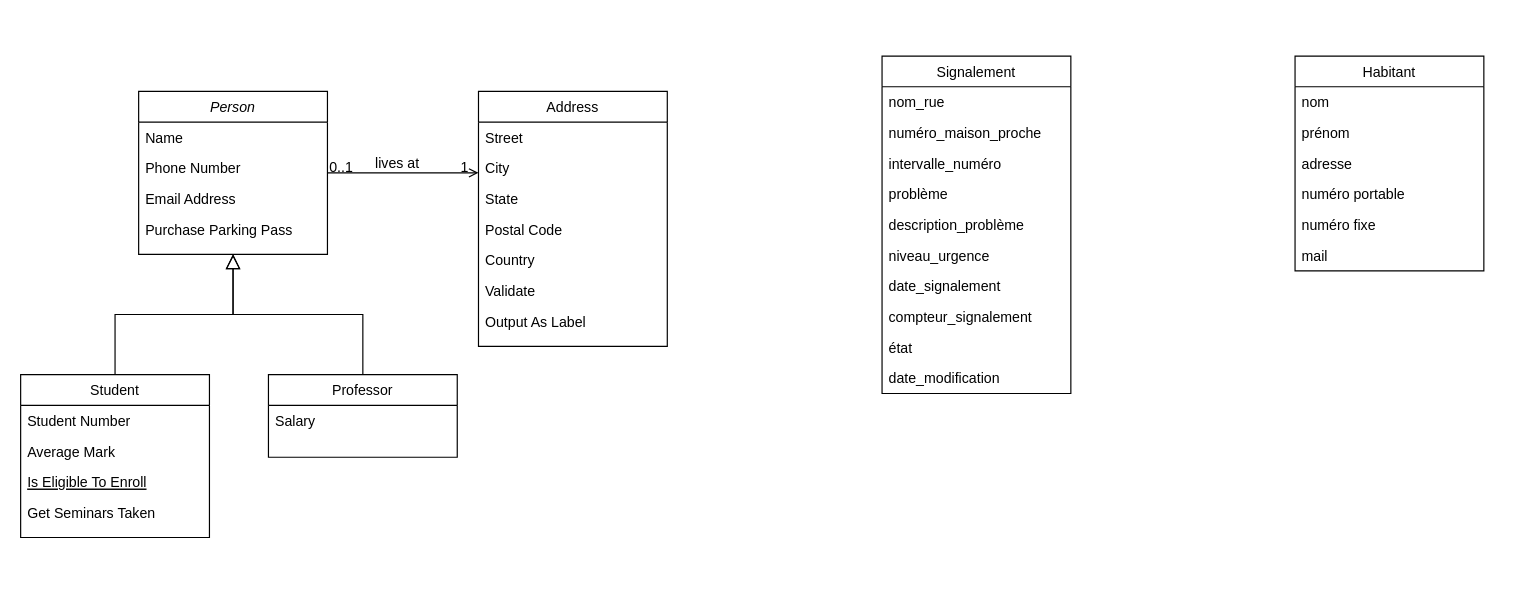
The draw.io diagram projet_v1.drawio in Igniiis/CSI_Projet, before the edit. Source tidied: cells renumbered, new cells numbered last; positions are measured from the earlier drawing's top-left corner, leaving out a move shared by most shapes. Both pictures are drawn from the tidied source at 118%, with x=0, y=0 at pixel (20, 55).
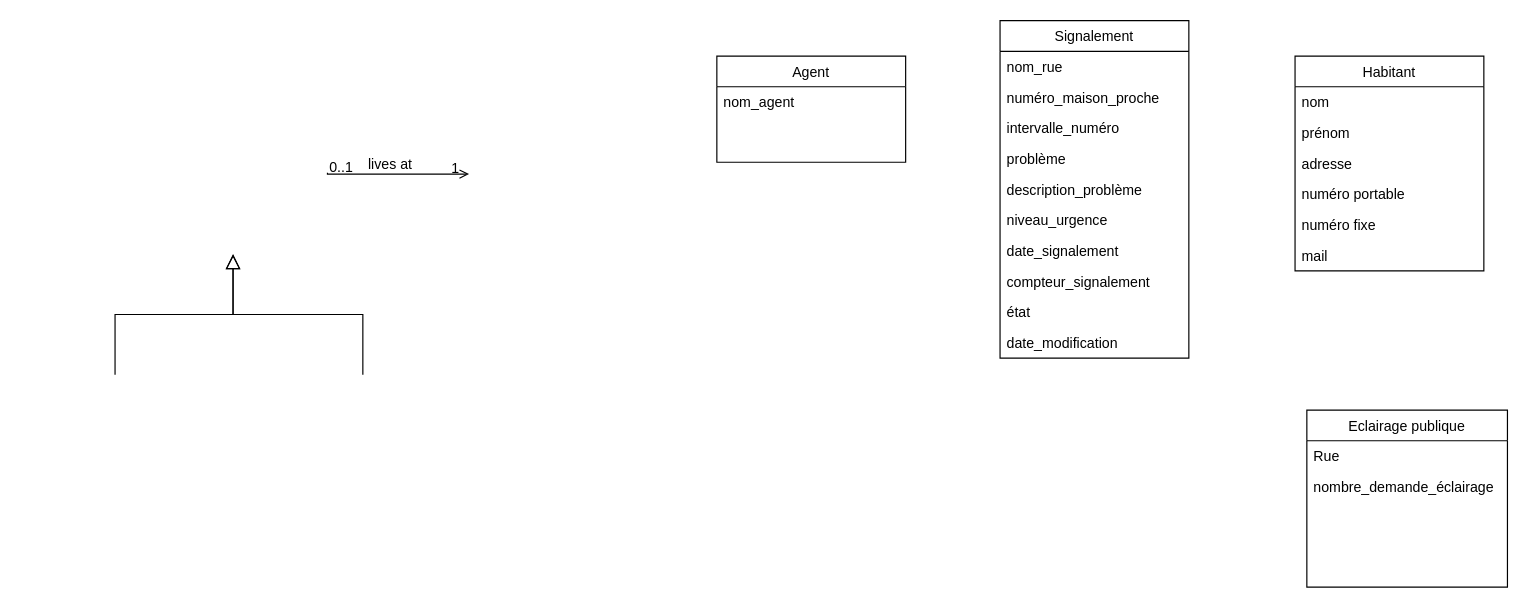
After the change.

Commit message (it also covers changes not shown here):
Mettre à jour projet_v1.drawio

Diff of the diagram source:
```diff
@@
-    <mxCell id="2" value="Person" style="swimlane;fontStyle=2;align=center;verticalAlign=top;horizontal=1;startSize=26;rounded=0;shadow=0;strokeWidth=1;" parent="1" vertex="1">
-      <mxGeometry x="100" y="30" width="160" height="138" as="geometry" />
-    </mxCell>
-    <mxCell id="3" value="Name" style="text;align=left;verticalAlign=top;spacingLeft=4;spacingRight=4;overflow=hidden;" parent="2" vertex="1">
-      <mxGeometry y="26" width="160" height="26" as="geometry" />
-    </mxCell>
-    <mxCell id="4" value="Phone Number" style="text;align=left;verticalAlign=top;spacingLeft=4;spacingRight=4;overflow=hidden;rounded=0;shadow=0;html=0;" parent="2" vertex="1">
-      <mxGeometry y="52" width="160" height="26" as="geometry" />
-    </mxCell>
-    <mxCell id="5" value="Email Address" style="text;align=left;verticalAlign=top;spacingLeft=4;spacingRight=4;overflow=hidden;rounded=0;shadow=0;html=0;" parent="2" vertex="1">
-      <mxGeometry y="78" width="160" height="26" as="geometry" />
-    </mxCell>
-    <mxCell id="6" value="Purchase Parking Pass" style="text;align=left;verticalAlign=top;spacingLeft=4;spacingRight=4;overflow=hidden;" parent="2" vertex="1">
-      <mxGeometry y="104" width="160" height="26" as="geometry" />
-    </mxCell>
-    <mxCell id="7" value="Student" style="swimlane;fontStyle=0;align=center;verticalAlign=top;horizontal=1;startSize=26;rounded=0;shadow=0;strokeWidth=1;" parent="1" vertex="1">
-      <mxGeometry y="270" width="160" height="138" as="geometry" />
-    </mxCell>
-    <mxCell id="8" value="Student Number" style="text;align=left;verticalAlign=top;spacingLeft=4;spacingRight=4;overflow=hidden;" parent="7" vertex="1">
-      <mxGeometry y="26" width="160" height="26" as="geometry" />
-    </mxCell>
-    <mxCell id="9" value="Average Mark" style="text;align=left;verticalAlign=top;spacingLeft=4;spacingRight=4;overflow=hidden;rounded=0;shadow=0;html=0;" parent="7" vertex="1">
-      <mxGeometry y="52" width="160" height="26" as="geometry" />
-    </mxCell>
-    <mxCell id="10" value="Is Eligible To Enroll" style="text;align=left;verticalAlign=top;spacingLeft=4;spacingRight=4;overflow=hidden;fontStyle=4;" parent="7" vertex="1">
-      <mxGeometry y="78" width="160" height="26" as="geometry" />
-    </mxCell>
-    <mxCell id="11" value="Get Seminars Taken" style="text;align=left;verticalAlign=top;spacingLeft=4;spacingRight=4;overflow=hidden;" parent="7" vertex="1">
-      <mxGeometry y="104" width="160" height="26" as="geometry" />
-    </mxCell>
-    <mxCell id="12" style="endArrow=block;endSize=10;endFill=0;shadow=0;strokeWidth=1;rounded=0;edgeStyle=elbowEdgeStyle;elbow=vertical;" parent="1" edge="1" source="7" target="2">
-      <mxGeometry relative="1" as="geometry" />
+    <mxCell id="12" style="endArrow=block;endSize=10;endFill=0;shadow=0;strokeWidth=1;rounded=0;edgeStyle=elbowEdgeStyle;elbow=vertical;" parent="1" edge="1">
+      <mxGeometry relative="1" as="geometry">
+        <mxPoint x="80" y="270" as="sourcePoint" />
+        <mxPoint x="180" y="168" as="targetPoint" />
+      </mxGeometry>
     </mxCell>
-    <mxCell id="13" value="Professor" style="swimlane;fontStyle=0;align=center;verticalAlign=top;horizontal=1;startSize=26;rounded=0;shadow=0;strokeWidth=1;" parent="1" vertex="1">
-      <mxGeometry x="210" y="270" width="160" height="70" as="geometry" />
-    </mxCell>
-    <mxCell id="14" value="Salary" style="text;align=left;verticalAlign=top;spacingLeft=4;spacingRight=4;overflow=hidden;" parent="13" vertex="1">
-      <mxGeometry y="26" width="160" height="26" as="geometry" />
-    </mxCell>
-    <mxCell id="15" style="endArrow=block;endSize=10;endFill=0;shadow=0;strokeWidth=1;rounded=0;edgeStyle=elbowEdgeStyle;elbow=vertical;" parent="1" edge="1" source="13" target="2">
-      <mxGeometry relative="1" as="geometry" />
+    <mxCell id="15" style="endArrow=block;endSize=10;endFill=0;shadow=0;strokeWidth=1;rounded=0;edgeStyle=elbowEdgeStyle;elbow=vertical;" parent="1" edge="1">
+      <mxGeometry relative="1" as="geometry">
+        <mxPoint x="290" y="270" as="sourcePoint" />
+        <mxPoint x="180" y="168" as="targetPoint" />
+      </mxGeometry>
     </mxCell>
-    <mxCell id="16" value="Address" style="swimlane;fontStyle=0;align=center;verticalAlign=top;horizontal=1;startSize=26;rounded=0;shadow=0;strokeWidth=1;" parent="1" vertex="1">
-      <mxGeometry x="388" y="30" width="160" height="216" as="geometry" />
-    </mxCell>
-    <mxCell id="17" value="Street" style="text;align=left;verticalAlign=top;spacingLeft=4;spacingRight=4;overflow=hidden;" parent="16" vertex="1">
-      <mxGeometry y="26" width="160" height="26" as="geometry" />
-    </mxCell>
-    <mxCell id="18" value="City" style="text;align=left;verticalAlign=top;spacingLeft=4;spacingRight=4;overflow=hidden;rounded=0;shadow=0;html=0;" parent="16" vertex="1">
-      <mxGeometry y="52" width="160" height="26" as="geometry" />
-    </mxCell>
-    <mxCell id="19" value="State" style="text;align=left;verticalAlign=top;spacingLeft=4;spacingRight=4;overflow=hidden;rounded=0;shadow=0;html=0;" parent="16" vertex="1">
-      <mxGeometry y="78" width="160" height="26" as="geometry" />
-    </mxCell>
-    <mxCell id="20" value="Postal Code" style="text;align=left;verticalAlign=top;spacingLeft=4;spacingRight=4;overflow=hidden;rounded=0;shadow=0;html=0;" parent="16" vertex="1">
-      <mxGeometry y="104" width="160" height="26" as="geometry" />
-    </mxCell>
-    <mxCell id="21" value="Country" style="text;align=left;verticalAlign=top;spacingLeft=4;spacingRight=4;overflow=hidden;rounded=0;shadow=0;html=0;" parent="16" vertex="1">
-      <mxGeometry y="130" width="160" height="26" as="geometry" />
-    </mxCell>
-    <mxCell id="22" value="Validate" style="text;align=left;verticalAlign=top;spacingLeft=4;spacingRight=4;overflow=hidden;" parent="16" vertex="1">
-      <mxGeometry y="156" width="160" height="26" as="geometry" />
-    </mxCell>
-    <mxCell id="23" value="Output As Label" style="text;align=left;verticalAlign=top;spacingLeft=4;spacingRight=4;overflow=hidden;" parent="16" vertex="1">
-      <mxGeometry y="182" width="160" height="26" as="geometry" />
-    </mxCell>
-    <mxCell id="24" style="endArrow=open;shadow=0;strokeWidth=1;rounded=0;endFill=1;edgeStyle=elbowEdgeStyle;elbow=vertical;" parent="1" edge="1" source="2" target="16">
+    <mxCell id="24" style="endArrow=open;shadow=0;strokeWidth=1;rounded=0;endFill=1;edgeStyle=elbowEdgeStyle;elbow=vertical;" parent="1" edge="1">
       <mxGeometry x="0.5" y="41" relative="1" as="geometry">
+        <mxPoint x="260" y="99" as="sourcePoint" />
+        <mxPoint x="380" y="100" as="targetPoint" />
         <mxPoint x="-40" y="32" as="offset" />
       </mxGeometry>
     </mxCell>
@@
     <mxCell id="28" value="Signalement" style="swimlane;fontStyle=0;align=center;verticalAlign=top;horizontal=1;startSize=26;rounded=0;shadow=0;strokeWidth=1;" parent="1" vertex="1">
-      <mxGeometry x="730" width="160" height="286" as="geometry" />
+      <mxGeometry x="830" y="-30" width="160" height="286" as="geometry" />
     </mxCell>
@@
+    <mxCell id="46" value="Agent" style="swimlane;fontStyle=0;align=center;verticalAlign=top;horizontal=1;startSize=26;rounded=0;shadow=0;strokeWidth=1;" parent="1" vertex="1">
+      <mxGeometry x="590" width="160" height="90" as="geometry" />
+    </mxCell>
+    <mxCell id="47" value="nom_agent" style="text;align=left;verticalAlign=top;spacingLeft=4;spacingRight=4;overflow=hidden;" parent="46" vertex="1">
+      <mxGeometry y="26" width="160" height="26" as="geometry" />
+    </mxCell>
+    <mxCell id="48" value="Eclairage publique" style="swimlane;fontStyle=0;align=center;verticalAlign=top;horizontal=1;startSize=26;rounded=0;shadow=0;strokeWidth=1;" parent="1" vertex="1">
+      <mxGeometry x="1090" y="300" width="170" height="150" as="geometry" />
+    </mxCell>
+    <mxCell id="49" value="Rue" style="text;align=left;verticalAlign=top;spacingLeft=4;spacingRight=4;overflow=hidden;" parent="48" vertex="1">
+      <mxGeometry y="26" width="170" height="26" as="geometry" />
+    </mxCell>
+    <mxCell id="50" value="nombre_demande_éclairage" style="text;align=left;verticalAlign=top;spacingLeft=4;spacingRight=4;overflow=hidden;rounded=0;shadow=0;html=0;" parent="48" vertex="1">
+      <mxGeometry y="52" width="170" height="26" as="geometry" />
+    </mxCell>
```
